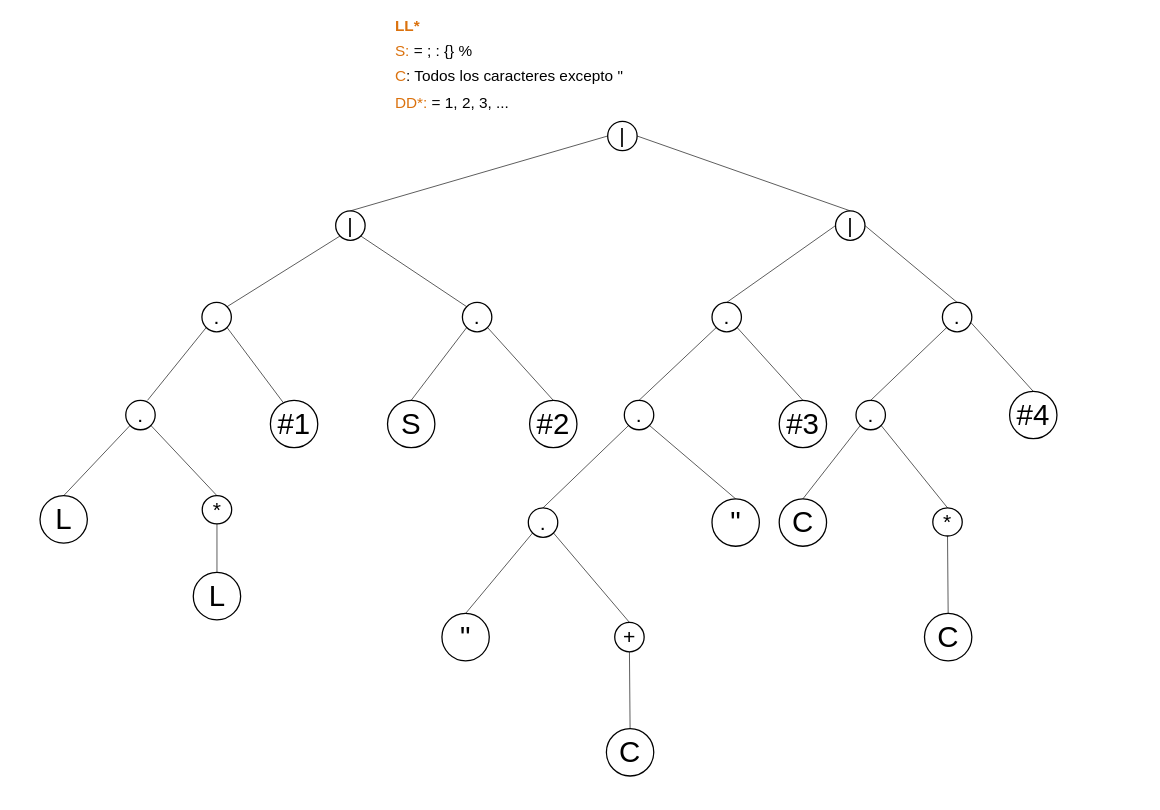
The draw.io diagram Proyecto1/Documentación/Manual Tecnico/Diagrama sin título.drawio in Farot3/-LFP-2S24Proyectos_202307820, before the edit. Source tidied: cells renumbered, new cells numbered last; positions are measured from the earlier drawing's top-left corner, leaving out a move shared by most shapes. Both pictures are drawn from the tidied source at 64%, with x=0, y=0 at pixel (40, 11).
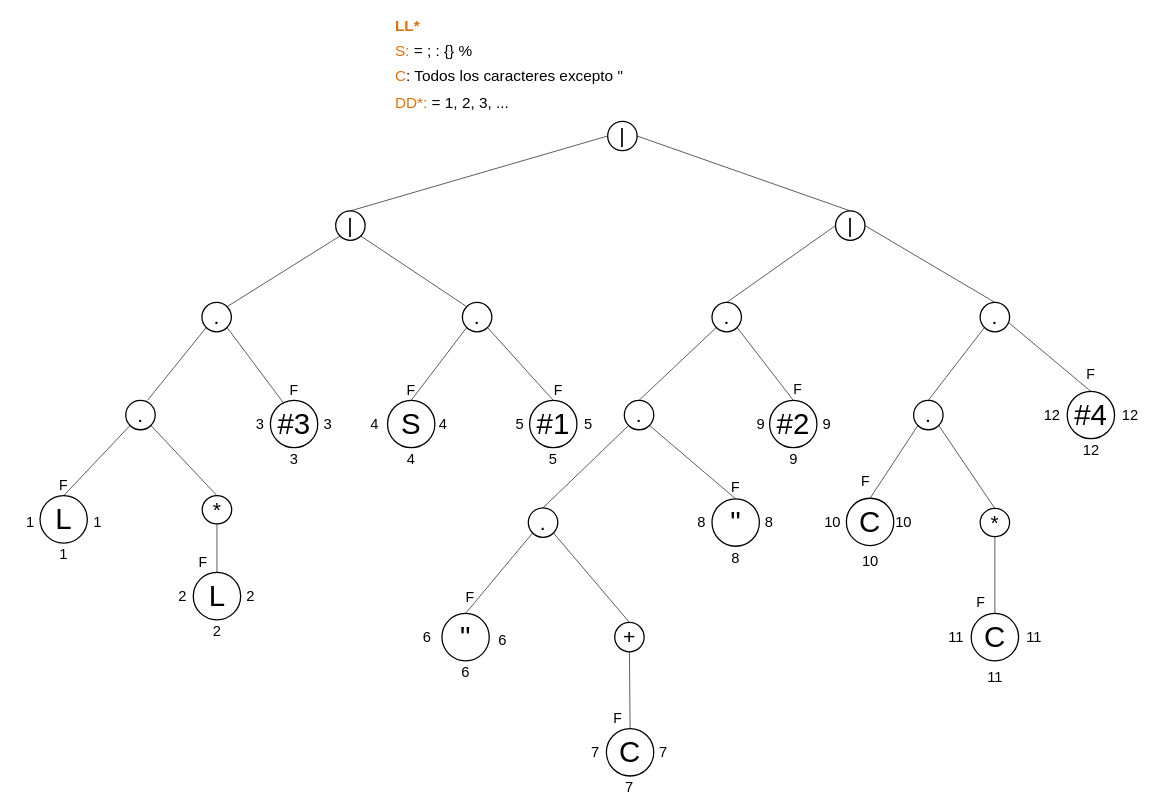
Above is the later version.

Diff of the diagram source:
```diff
@@
-    <mxCell id="18" value="#1" style="strokeWidth=2;html=1;shape=mxgraph.flowchart.start_2;whiteSpace=wrap;direction=south;fontSize=46;" parent="1" vertex="1">
+    <mxCell id="18" value="#3" style="strokeWidth=2;html=1;shape=mxgraph.flowchart.start_2;whiteSpace=wrap;direction=south;fontSize=46;" parent="1" vertex="1">
       <mxGeometry x="360" y="608" width="74" height="74" as="geometry" />
     </mxCell>
@@
-    <mxCell id="20" value="#2" style="strokeWidth=2;html=1;shape=mxgraph.flowchart.start_2;whiteSpace=wrap;direction=south;fontSize=46;" parent="1" vertex="1">
+    <mxCell id="20" value="#1" style="strokeWidth=2;html=1;shape=mxgraph.flowchart.start_2;whiteSpace=wrap;direction=south;fontSize=46;" parent="1" vertex="1">
       <mxGeometry x="765" y="608" width="74" height="74" as="geometry" />
     </mxCell>
@@
-    <mxCell id="27" value="#3" style="strokeWidth=2;html=1;shape=mxgraph.flowchart.start_2;whiteSpace=wrap;direction=south;fontSize=46;" parent="1" vertex="1">
-      <mxGeometry x="1155" y="608" width="74" height="74" as="geometry" />
+    <mxCell id="27" value="#2" style="strokeWidth=2;html=1;shape=mxgraph.flowchart.start_2;whiteSpace=wrap;direction=south;fontSize=46;" parent="1" vertex="1">
+      <mxGeometry x="1140" y="608" width="74" height="74" as="geometry" />
     </mxCell>
@@
     <mxCell id="45" value="." style="strokeWidth=2;html=1;shape=mxgraph.flowchart.start_2;whiteSpace=wrap;direction=south;fontSize=33;" parent="1" vertex="1">
-      <mxGeometry x="1410" y="455" width="46" height="46" as="geometry" />
+      <mxGeometry x="1469" y="455" width="46" height="46" as="geometry" />
     </mxCell>
@@
     <mxCell id="47" value="#4" style="strokeWidth=2;html=1;shape=mxgraph.flowchart.start_2;whiteSpace=wrap;direction=south;fontSize=46;" parent="1" vertex="1">
-      <mxGeometry x="1515" y="594" width="74" height="74" as="geometry" />
+      <mxGeometry x="1605" y="594" width="74" height="74" as="geometry" />
     </mxCell>
@@
     <mxCell id="49" value="." style="strokeWidth=2;html=1;shape=mxgraph.flowchart.start_2;whiteSpace=wrap;direction=south;fontSize=33;" parent="1" vertex="1">
-      <mxGeometry x="1275" y="608" width="46" height="46" as="geometry" />
+      <mxGeometry x="1365" y="608" width="46" height="46" as="geometry" />
     </mxCell>
@@
     <mxCell id="51" value="C" style="strokeWidth=2;html=1;shape=mxgraph.flowchart.start_2;whiteSpace=wrap;direction=south;fontSize=46;" parent="1" vertex="1">
-      <mxGeometry x="1155" y="762" width="74" height="74" as="geometry" />
+      <mxGeometry x="1260" y="761" width="74" height="74" as="geometry" />
     </mxCell>
@@
     <mxCell id="53" value="*" style="strokeWidth=2;html=1;shape=mxgraph.flowchart.start_2;whiteSpace=wrap;direction=south;fontSize=33;" parent="1" vertex="1">
-      <mxGeometry x="1395" y="776" width="46" height="44" as="geometry" />
+      <mxGeometry x="1469" y="777" width="46" height="44" as="geometry" />
     </mxCell>
     <mxCell id="54" value="C" style="strokeWidth=2;html=1;shape=mxgraph.flowchart.start_2;whiteSpace=wrap;direction=south;fontSize=46;" parent="1" vertex="1">
-      <mxGeometry x="1382" y="941" width="74" height="74" as="geometry" />
+      <mxGeometry x="1455" y="941" width="74" height="74" as="geometry" />
     </mxCell>
@@
+    <mxCell id="57" value="1" style="text;strokeColor=none;align=center;fillColor=none;html=1;verticalAlign=middle;whiteSpace=wrap;rounded=0;fontSize=23;" parent="1" vertex="1">
+      <mxGeometry x="-45" y="786" width="60" height="26" as="geometry" />
+    </mxCell>
+    <mxCell id="58" value="1" style="text;strokeColor=none;align=center;fillColor=none;html=1;verticalAlign=middle;whiteSpace=wrap;rounded=0;fontSize=23;" parent="1" vertex="1">
+      <mxGeometry x="7" y="836" width="60" height="26" as="geometry" />
+    </mxCell>
+    <mxCell id="59" value="1" style="text;strokeColor=none;align=center;fillColor=none;html=1;verticalAlign=middle;whiteSpace=wrap;rounded=0;fontSize=23;" parent="1" vertex="1">
+      <mxGeometry x="60" y="785" width="60" height="26" as="geometry" />
+    </mxCell>
+    <mxCell id="60" value="2" style="text;strokeColor=none;align=center;fillColor=none;html=1;verticalAlign=middle;whiteSpace=wrap;rounded=0;fontSize=23;" parent="1" vertex="1">
+      <mxGeometry x="193" y="896" width="60" height="36" as="geometry" />
+    </mxCell>
+    <mxCell id="61" value="2" style="text;strokeColor=none;align=center;fillColor=none;html=1;verticalAlign=middle;whiteSpace=wrap;rounded=0;fontSize=23;" parent="1" vertex="1">
+      <mxGeometry x="246.5" y="951" width="60" height="36" as="geometry" />
+    </mxCell>
+    <mxCell id="62" value="2" style="text;strokeColor=none;align=center;fillColor=none;html=1;verticalAlign=middle;whiteSpace=wrap;rounded=0;fontSize=23;" parent="1" vertex="1">
+      <mxGeometry x="299" y="896" width="60" height="36" as="geometry" />
+    </mxCell>
+    <mxCell id="63" value="3" style="text;strokeColor=none;align=center;fillColor=none;html=1;verticalAlign=middle;whiteSpace=wrap;rounded=0;fontSize=23;" parent="1" vertex="1">
+      <mxGeometry x="313.5" y="627" width="60" height="36" as="geometry" />
+    </mxCell>
+    <mxCell id="64" value="3" style="text;strokeColor=none;align=center;fillColor=none;html=1;verticalAlign=middle;whiteSpace=wrap;rounded=0;fontSize=23;" parent="1" vertex="1">
+      <mxGeometry x="367" y="682" width="60" height="36" as="geometry" />
+    </mxCell>
+    <mxCell id="65" value="3" style="text;strokeColor=none;align=center;fillColor=none;html=1;verticalAlign=middle;whiteSpace=wrap;rounded=0;fontSize=23;" parent="1" vertex="1">
+      <mxGeometry x="420" y="627" width="60" height="36" as="geometry" />
+    </mxCell>
+    <mxCell id="66" value="4" style="text;strokeColor=none;align=center;fillColor=none;html=1;verticalAlign=middle;whiteSpace=wrap;rounded=0;fontSize=23;" parent="1" vertex="1">
+      <mxGeometry x="550" y="682" width="60" height="36" as="geometry" />
+    </mxCell>
+    <mxCell id="67" value="4" style="text;strokeColor=none;align=center;fillColor=none;html=1;verticalAlign=middle;whiteSpace=wrap;rounded=0;fontSize=23;" parent="1" vertex="1">
+      <mxGeometry x="493" y="627" width="60" height="36" as="geometry" />
+    </mxCell>
+    <mxCell id="68" value="4" style="text;strokeColor=none;align=center;fillColor=none;html=1;verticalAlign=middle;whiteSpace=wrap;rounded=0;fontSize=23;" parent="1" vertex="1">
+      <mxGeometry x="600" y="627" width="60" height="36" as="geometry" />
+    </mxCell>
+    <mxCell id="69" value="5" style="text;strokeColor=none;align=center;fillColor=none;html=1;verticalAlign=middle;whiteSpace=wrap;rounded=0;fontSize=23;" parent="1" vertex="1">
+      <mxGeometry x="720" y="627" width="60" height="36" as="geometry" />
+    </mxCell>
+    <mxCell id="70" value="5" style="text;strokeColor=none;align=center;fillColor=none;html=1;verticalAlign=middle;whiteSpace=wrap;rounded=0;fontSize=23;" parent="1" vertex="1">
+      <mxGeometry x="827" y="627" width="60" height="36" as="geometry" />
+    </mxCell>
+    <mxCell id="71" value="5" style="text;strokeColor=none;align=center;fillColor=none;html=1;verticalAlign=middle;whiteSpace=wrap;rounded=0;fontSize=23;" parent="1" vertex="1">
+      <mxGeometry x="772" y="682" width="60" height="36" as="geometry" />
+    </mxCell>
+    <mxCell id="72" value="6" style="text;strokeColor=none;align=center;fillColor=none;html=1;verticalAlign=middle;whiteSpace=wrap;rounded=0;fontSize=23;" parent="1" vertex="1">
+      <mxGeometry x="575" y="960" width="60" height="36" as="geometry" />
+    </mxCell>
+    <mxCell id="73" value="6" style="text;strokeColor=none;align=center;fillColor=none;html=1;verticalAlign=middle;whiteSpace=wrap;rounded=0;fontSize=23;" parent="1" vertex="1">
+      <mxGeometry x="693" y="965" width="60" height="36" as="geometry" />
+    </mxCell>
+    <mxCell id="74" value="6" style="text;strokeColor=none;align=center;fillColor=none;html=1;verticalAlign=middle;whiteSpace=wrap;rounded=0;fontSize=23;" parent="1" vertex="1">
+      <mxGeometry x="635" y="1015" width="60" height="36" as="geometry" />
+    </mxCell>
+    <mxCell id="75" value="7" style="text;strokeColor=none;align=center;fillColor=none;html=1;verticalAlign=middle;whiteSpace=wrap;rounded=0;fontSize=23;" parent="1" vertex="1">
+      <mxGeometry x="838" y="1140" width="60" height="36" as="geometry" />
+    </mxCell>
+    <mxCell id="76" value="7" style="text;strokeColor=none;align=center;fillColor=none;html=1;verticalAlign=middle;whiteSpace=wrap;rounded=0;fontSize=23;" parent="1" vertex="1">
+      <mxGeometry x="891" y="1195" width="60" height="36" as="geometry" />
+    </mxCell>
+    <mxCell id="77" value="7" style="text;strokeColor=none;align=center;fillColor=none;html=1;verticalAlign=middle;whiteSpace=wrap;rounded=0;fontSize=23;" parent="1" vertex="1">
+      <mxGeometry x="944" y="1140" width="60" height="36" as="geometry" />
+    </mxCell>
+    <mxCell id="78" value="8" style="text;strokeColor=none;align=center;fillColor=none;html=1;verticalAlign=middle;whiteSpace=wrap;rounded=0;fontSize=23;" parent="1" vertex="1">
+      <mxGeometry x="1004" y="781" width="60" height="36" as="geometry" />
+    </mxCell>
+    <mxCell id="79" value="8" style="text;strokeColor=none;align=center;fillColor=none;html=1;verticalAlign=middle;whiteSpace=wrap;rounded=0;fontSize=23;" parent="1" vertex="1">
+      <mxGeometry x="1109" y="781" width="61" height="36" as="geometry" />
+    </mxCell>
+    <mxCell id="80" value="8" style="text;strokeColor=none;align=center;fillColor=none;html=1;verticalAlign=middle;whiteSpace=wrap;rounded=0;fontSize=23;" parent="1" vertex="1">
+      <mxGeometry x="1057" y="836" width="60" height="36" as="geometry" />
+    </mxCell>
+    <mxCell id="81" value="9" style="text;strokeColor=none;align=center;fillColor=none;html=1;verticalAlign=middle;whiteSpace=wrap;rounded=0;fontSize=23;" parent="1" vertex="1">
+      <mxGeometry x="1096" y="627" width="61" height="36" as="geometry" />
+    </mxCell>
+    <mxCell id="82" value="9" style="text;strokeColor=none;align=center;fillColor=none;html=1;verticalAlign=middle;whiteSpace=wrap;rounded=0;fontSize=23;" parent="1" vertex="1">
+      <mxGeometry x="1199" y="627" width="61" height="36" as="geometry" />
+    </mxCell>
+    <mxCell id="83" value="9" style="text;strokeColor=none;align=center;fillColor=none;html=1;verticalAlign=middle;whiteSpace=wrap;rounded=0;fontSize=23;" parent="1" vertex="1">
+      <mxGeometry x="1146.5" y="682" width="61" height="36" as="geometry" />
+    </mxCell>
+    <mxCell id="84" value="10" style="text;strokeColor=none;align=center;fillColor=none;html=1;verticalAlign=middle;whiteSpace=wrap;rounded=0;fontSize=23;" parent="1" vertex="1">
+      <mxGeometry x="1207.5" y="781" width="61" height="36" as="geometry" />
+    </mxCell>
+    <mxCell id="85" value="10" style="text;strokeColor=none;align=center;fillColor=none;html=1;verticalAlign=middle;whiteSpace=wrap;rounded=0;fontSize=23;" parent="1" vertex="1">
+      <mxGeometry x="1266.5" y="841" width="61" height="36" as="geometry" />
+    </mxCell>
+    <mxCell id="86" value="10" style="text;strokeColor=none;align=center;fillColor=none;html=1;verticalAlign=middle;whiteSpace=wrap;rounded=0;fontSize=23;" parent="1" vertex="1">
+      <mxGeometry x="1319" y="781" width="61" height="36" as="geometry" />
+    </mxCell>
+    <mxCell id="87" value="11" style="text;strokeColor=none;align=center;fillColor=none;html=1;verticalAlign=middle;whiteSpace=wrap;rounded=0;fontSize=23;" parent="1" vertex="1">
+      <mxGeometry x="1400.5" y="960" width="61" height="36" as="geometry" />
+    </mxCell>
+    <mxCell id="88" value="11" style="text;strokeColor=none;align=center;fillColor=none;html=1;verticalAlign=middle;whiteSpace=wrap;rounded=0;fontSize=23;" parent="1" vertex="1">
+      <mxGeometry x="1461.5" y="1023" width="61" height="36" as="geometry" />
+    </mxCell>
+    <mxCell id="89" value="11" style="text;strokeColor=none;align=center;fillColor=none;html=1;verticalAlign=middle;whiteSpace=wrap;rounded=0;fontSize=23;" parent="1" vertex="1">
+      <mxGeometry x="1522.5" y="960" width="61" height="36" as="geometry" />
+    </mxCell>
+    <mxCell id="90" value="12" style="text;strokeColor=none;align=center;fillColor=none;html=1;verticalAlign=middle;whiteSpace=wrap;rounded=0;fontSize=23;" parent="1" vertex="1">
+      <mxGeometry x="1672.5" y="613" width="61" height="36" as="geometry" />
+    </mxCell>
+    <mxCell id="91" value="12" style="text;strokeColor=none;align=center;fillColor=none;html=1;verticalAlign=middle;whiteSpace=wrap;rounded=0;fontSize=23;" parent="1" vertex="1">
+      <mxGeometry x="1611.5" y="668" width="61" height="36" as="geometry" />
+    </mxCell>
+    <mxCell id="92" value="12" style="text;strokeColor=none;align=center;fillColor=none;html=1;verticalAlign=middle;whiteSpace=wrap;rounded=0;fontSize=23;" parent="1" vertex="1">
+      <mxGeometry x="1550.5" y="613" width="61" height="36" as="geometry" />
+    </mxCell>
+    <mxCell id="93" value="F" style="text;strokeColor=none;align=center;fillColor=none;html=1;verticalAlign=middle;whiteSpace=wrap;rounded=0;fontSize=22;" parent="1" vertex="1">
+      <mxGeometry x="7" y="727" width="60" height="30" as="geometry" />
+    </mxCell>
+    <mxCell id="94" value="F" style="text;strokeColor=none;align=center;fillColor=none;html=1;verticalAlign=middle;whiteSpace=wrap;rounded=0;fontSize=22;" parent="1" vertex="1">
+      <mxGeometry x="225" y="847" width="60" height="30" as="geometry" />
+    </mxCell>
+    <mxCell id="95" value="F" style="text;strokeColor=none;align=center;fillColor=none;html=1;verticalAlign=middle;whiteSpace=wrap;rounded=0;fontSize=22;" parent="1" vertex="1">
+      <mxGeometry x="367" y="578" width="60" height="30" as="geometry" />
+    </mxCell>
+    <mxCell id="96" value="F" style="text;strokeColor=none;align=center;fillColor=none;html=1;verticalAlign=middle;whiteSpace=wrap;rounded=0;fontSize=22;" parent="1" vertex="1">
+      <mxGeometry x="550" y="578" width="60" height="30" as="geometry" />
+    </mxCell>
+    <mxCell id="97" value="F" style="text;strokeColor=none;align=center;fillColor=none;html=1;verticalAlign=middle;whiteSpace=wrap;rounded=0;fontSize=22;" parent="1" vertex="1">
+      <mxGeometry x="780" y="578" width="60" height="30" as="geometry" />
+    </mxCell>
+    <mxCell id="98" value="F" style="text;strokeColor=none;align=center;fillColor=none;html=1;verticalAlign=middle;whiteSpace=wrap;rounded=0;fontSize=22;" parent="1" vertex="1">
+      <mxGeometry x="642" y="902" width="60" height="30" as="geometry" />
+    </mxCell>
+    <mxCell id="99" value="F" style="text;strokeColor=none;align=center;fillColor=none;html=1;verticalAlign=middle;whiteSpace=wrap;rounded=0;fontSize=22;" parent="1" vertex="1">
+      <mxGeometry x="873" y="1091" width="60" height="30" as="geometry" />
+    </mxCell>
+    <mxCell id="100" value="F" style="text;strokeColor=none;align=center;fillColor=none;html=1;verticalAlign=middle;whiteSpace=wrap;rounded=0;fontSize=22;" parent="1" vertex="1">
+      <mxGeometry x="1154" y="574" width="60" height="34" as="geometry" />
+    </mxCell>
+    <mxCell id="101" value="F" style="text;strokeColor=none;align=center;fillColor=none;html=1;verticalAlign=middle;whiteSpace=wrap;rounded=0;fontSize=22;" parent="1" vertex="1">
+      <mxGeometry x="1057" y="727" width="60" height="34" as="geometry" />
+    </mxCell>
+    <mxCell id="102" value="F" style="text;strokeColor=none;align=center;fillColor=none;html=1;verticalAlign=middle;whiteSpace=wrap;rounded=0;fontSize=22;" parent="1" vertex="1">
+      <mxGeometry x="1611.5" y="562" width="60" height="12" as="geometry" />
+    </mxCell>
+    <mxCell id="103" value="F" style="text;strokeColor=none;align=center;fillColor=none;html=1;verticalAlign=middle;whiteSpace=wrap;rounded=0;fontSize=22;" parent="1" vertex="1">
+      <mxGeometry x="1440" y="907" width="60" height="34" as="geometry" />
+    </mxCell>
+    <mxCell id="104" value="F" style="text;strokeColor=none;align=center;fillColor=none;html=1;verticalAlign=middle;whiteSpace=wrap;rounded=0;fontSize=22;" parent="1" vertex="1">
+      <mxGeometry x="1260" y="718" width="60" height="34" as="geometry" />
+    </mxCell>
```
